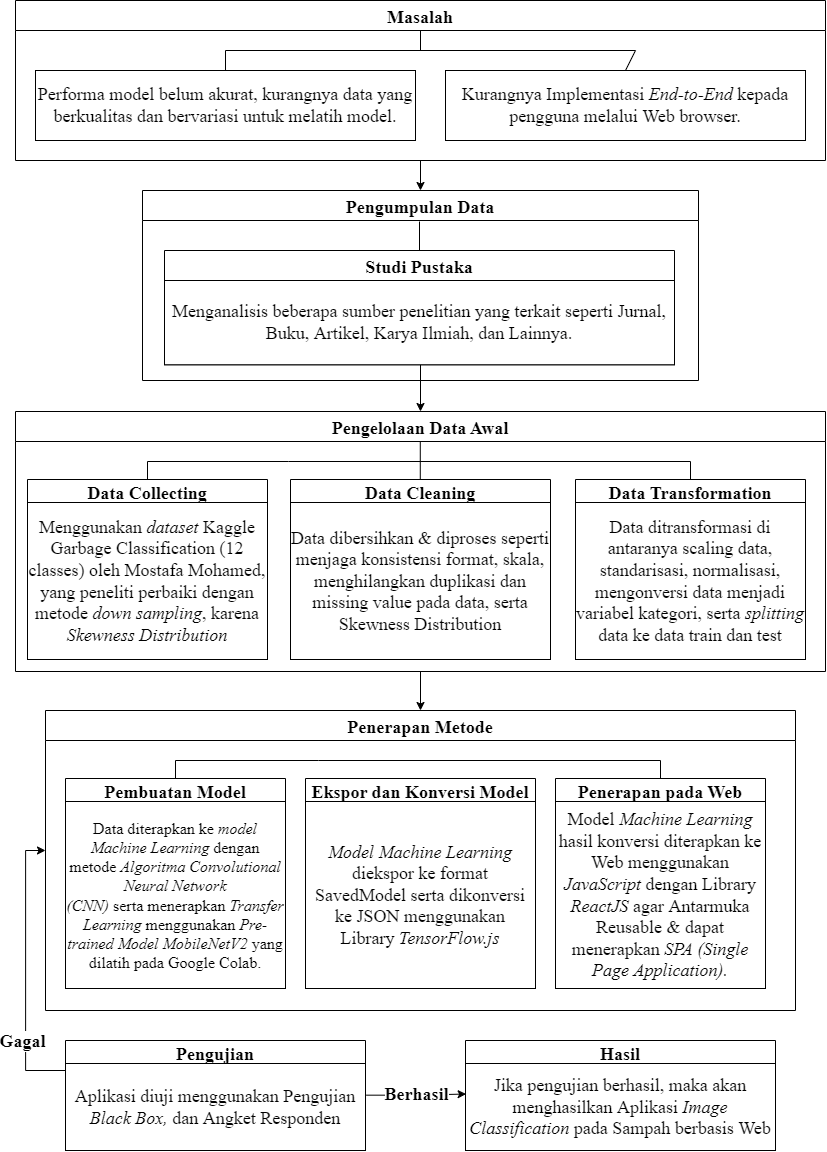
The draw.io diagram Copy of Copy of Copy of mindmap.drawio.png in virgiawankusuma/drawio-archive-skripsi, before a commit. Source tidied: cells renumbered, new cells last; positions are measured from the earlier drawing's top-left corner, leaving out a move shared by most shapes. The source it was exported from:
```xml
<mxGraphModel>
  <root>
    <mxCell id="0" />
    <mxCell id="1" parent="0" />
    <mxCell id="2" style="edgeStyle=orthogonalEdgeStyle;rounded=0;jettySize=auto;html=1;exitX=0.5;exitY=1;exitDx=0;exitDy=0;entryX=0.5;entryY=0;entryDx=0;entryDy=0;fontFamily=Helvetica;fontSize=12;" parent="1" edge="1" source="3" target="8">
      <mxGeometry relative="1" as="geometry" />
    </mxCell>
    <mxCell id="3" value="Masalah" style="swimlane;fontSize=18;startSize=30;fontFamily=Times New Roman;" parent="1" vertex="1">
      <mxGeometry width="810" height="160" as="geometry" />
    </mxCell>
    <mxCell id="4" value="&lt;span style=&quot;font-size: 18px;&quot;&gt;Performa model belum akurat, kurangnya data yang berkualitas dan bervariasi untuk melatih model.&lt;/span&gt;" style="rounded=0;whiteSpace=wrap;html=1;fontFamily=Times New Roman;fontSize=18;" parent="3" vertex="1">
      <mxGeometry x="20" y="70" width="380" height="70" as="geometry" />
    </mxCell>
    <mxCell id="5" style="endArrow=none;html=1;rounded=0;fontFamily=Helvetica;fontSize=12;exitX=0.5;exitY=0;exitDx=0;exitDy=0;" parent="3" edge="1" source="4">
      <mxGeometry relative="1" as="geometry">
        <mxPoint x="405" y="30" as="targetPoint" />
        <Array as="points">
          <mxPoint x="210" y="50" />
          <mxPoint x="405" y="50" />
        </Array>
      </mxGeometry>
    </mxCell>
    <mxCell id="6" value="&lt;span style=&quot;font-size: 18px;&quot;&gt;Kurangnya Implementasi &lt;i style=&quot;font-size: 18px;&quot;&gt;End-to-End&lt;/i&gt; kepada pengguna melalui Web browser.&lt;/span&gt;" style="rounded=0;whiteSpace=wrap;html=1;fontSize=18;fontFamily=Times New Roman;" parent="3" vertex="1">
      <mxGeometry x="430" y="70" width="360" height="70" as="geometry" />
    </mxCell>
    <mxCell id="7" style="edgeStyle=orthogonalEdgeStyle;rounded=0;jettySize=auto;html=1;exitX=0.5;exitY=1;exitDx=0;exitDy=0;fontFamily=Helvetica;fontSize=12;" parent="1" edge="1" target="14">
      <mxGeometry relative="1" as="geometry">
        <mxPoint x="405" y="350" as="sourcePoint" />
      </mxGeometry>
    </mxCell>
    <mxCell id="8" value="Pengumpulan Data" style="swimlane;fontSize=18;startSize=30;fontFamily=Times New Roman;" parent="1" vertex="1">
      <mxGeometry x="127" y="190" width="556" height="190" as="geometry" />
    </mxCell>
    <mxCell id="9" style="group;" parent="8" vertex="1">
      <mxGeometry x="24" y="31" width="510" height="219" as="geometry" />
    </mxCell>
    <mxCell id="10" value="Studi Pustaka" style="swimlane;fontSize=18;fontFamily=Times New Roman;startSize=30;" parent="9" vertex="1">
      <mxGeometry x="-2" y="29" width="510" height="114.3" as="geometry" />
    </mxCell>
    <mxCell id="11" value="&lt;font style=&quot;font-size: 18px;&quot;&gt;Menganalisis beberapa sumber penelitian yang terkait seperti Jurnal, Buku, Artikel, Karya Ilmiah, dan Lainnya.&lt;/font&gt;" style="rounded=0;whiteSpace=wrap;html=1;fontFamily=Times New Roman;fontSize=12;" parent="10" vertex="1">
      <mxGeometry y="30" width="510" height="84.3" as="geometry" />
    </mxCell>
    <mxCell id="12" style="endArrow=none;html=1;rounded=0;fontFamily=Helvetica;fontSize=12;" parent="9" edge="1">
      <mxGeometry relative="1" as="geometry">
        <mxPoint x="253" y="28.6" as="sourcePoint" />
        <mxPoint x="253" as="targetPoint" />
      </mxGeometry>
    </mxCell>
    <mxCell id="13" style="edgeStyle=orthogonalEdgeStyle;rounded=0;jettySize=auto;html=1;exitX=0.5;exitY=1;exitDx=0;exitDy=0;entryX=0.5;entryY=0;entryDx=0;entryDy=0;fontSize=10;" parent="1" edge="1" source="14" target="30">
      <mxGeometry relative="1" as="geometry" />
    </mxCell>
    <mxCell id="14" value="Pengelolaan Data Awal" style="swimlane;fontFamily=Times New Roman;fontSize=18;startSize=30;" parent="1" vertex="1">
      <mxGeometry y="411" width="810" height="260" as="geometry" />
    </mxCell>
    <mxCell id="15" value="Data Collecting" style="swimlane;fontFamily=Times New Roman;fontSize=18;" parent="14" vertex="1">
      <mxGeometry x="12" y="68" width="240" height="180" as="geometry" />
    </mxCell>
    <mxCell id="16" value="&lt;font style=&quot;font-size: 18px;&quot;&gt;&lt;span style=&quot;background-color: initial; font-size: 18px;&quot;&gt;Menggunakan &lt;i style=&quot;font-size: 18px;&quot;&gt;dataset &lt;/i&gt;Kaggle Garbage Classification (12 classes) oleh Mostafa Mohamed, yang peneliti perbaiki dengan metode &lt;i style=&quot;font-size: 18px;&quot;&gt;down sampling&lt;/i&gt;, karena &lt;i style=&quot;font-size: 18px;&quot;&gt;Skewness Distribution&lt;/i&gt;&lt;br style=&quot;font-size: 18px;&quot;&gt;&lt;/span&gt;&lt;/font&gt;" style="rounded=0;whiteSpace=wrap;html=1;fontFamily=Times New Roman;fontSize=18;" parent="15" vertex="1">
      <mxGeometry y="23" width="240" height="157" as="geometry" />
    </mxCell>
    <mxCell id="17" value="Data Cleaning" style="swimlane;fontFamily=Times New Roman;fontSize=18;" parent="14" vertex="1">
      <mxGeometry x="275" y="68" width="260" height="180" as="geometry" />
    </mxCell>
    <mxCell id="18" value="&lt;font face=&quot;Times New Roman&quot; style=&quot;font-size: 18px;&quot;&gt;Data dibersihkan &amp;amp; diproses seperti menjaga konsistensi format, skala, menghilangkan duplikasi dan missing value pada data, serta Skewness Distribution&lt;/font&gt;" style="rounded=0;whiteSpace=wrap;html=1;fontFamily=Helvetica;fontSize=12;" parent="17" vertex="1">
      <mxGeometry y="23" width="260" height="157" as="geometry" />
    </mxCell>
    <mxCell id="19" style="endArrow=none;html=1;rounded=0;fontSize=10;entryX=0.5;entryY=0;entryDx=0;entryDy=0;exitX=0.5;exitY=0;exitDx=0;exitDy=0;" parent="14" edge="1" source="15" target="20">
      <mxGeometry relative="1" as="geometry">
        <Array as="points">
          <mxPoint x="132" y="50" />
          <mxPoint x="273" y="50" />
          <mxPoint x="675" y="50" />
        </Array>
      </mxGeometry>
    </mxCell>
    <mxCell id="20" value="Data Transformation" style="swimlane;fontFamily=Times New Roman;fontSize=18;" parent="14" vertex="1">
      <mxGeometry x="560" y="68" width="230" height="180" as="geometry" />
    </mxCell>
    <mxCell id="21" value="&lt;font style=&quot;font-size: 18px;&quot;&gt;Data ditransformasi di antaranya scaling data, standarisasi, normalisasi, mengonversi data menjadi variabel kategori, serta &lt;i style=&quot;font-size: 18px;&quot;&gt;splitting&lt;/i&gt; data ke data train dan test&lt;/font&gt;" style="rounded=0;whiteSpace=wrap;html=1;fontFamily=Times New Roman;fontSize=18;" parent="20" vertex="1">
      <mxGeometry y="23" width="230" height="157" as="geometry" />
    </mxCell>
    <mxCell id="22" style="endArrow=none;html=1;rounded=0;fontSize=10;exitX=0.5;exitY=0;exitDx=0;exitDy=0;" parent="14" edge="1">
      <mxGeometry relative="1" as="geometry">
        <mxPoint x="404.8" y="68" as="sourcePoint" />
        <mxPoint x="404.8" y="30" as="targetPoint" />
      </mxGeometry>
    </mxCell>
    <mxCell id="23" style="edgeStyle=orthogonalEdgeStyle;rounded=0;jettySize=auto;html=1;fontSize=12;" parent="1" edge="1" source="26">
      <mxGeometry relative="1" as="geometry">
        <mxPoint x="30" y="850" as="targetPoint" />
        <Array as="points">
          <mxPoint x="10" y="1070" />
          <mxPoint x="10" y="850" />
        </Array>
      </mxGeometry>
    </mxCell>
    <mxCell id="24" value="&lt;b style=&quot;font-size: 18px;&quot;&gt;Gagal&lt;/b&gt;" style="edgeLabel;html=1;align=center;verticalAlign=middle;fontSize=18;fontFamily=Times New Roman;" parent="23" vertex="1">
      <mxGeometry x="-0.43" y="4" relative="1" as="geometry">
        <mxPoint y="10" as="offset" />
      </mxGeometry>
    </mxCell>
    <mxCell id="25" value="&lt;b style=&quot;font-size: 18px;&quot;&gt;Berhasil&lt;/b&gt;" style="edgeStyle=orthogonalEdgeStyle;rounded=0;jettySize=auto;html=1;entryX=0.002;entryY=0.351;entryDx=0;entryDy=0;fontSize=18;entryPerimeter=0;fontFamily=Times New Roman;exitX=1.003;exitY=0.364;exitDx=0;exitDy=0;exitPerimeter=0;" parent="1" edge="1" source="27" target="29">
      <mxGeometry relative="1" as="geometry" />
    </mxCell>
    <mxCell id="26" value="Pengujian" style="swimlane;fontFamily=Times New Roman;fontSize=18;" parent="1" vertex="1">
      <mxGeometry x="50" y="1040" width="300" height="110" as="geometry" />
    </mxCell>
    <mxCell id="27" value="&lt;font face=&quot;Times New Roman&quot; style=&quot;font-size: 18px;&quot;&gt;Aplikasi diuji menggunakan Pengujian &lt;i&gt;Black Box, &lt;/i&gt;dan Angket Responden&lt;/font&gt;" style="rounded=0;whiteSpace=wrap;html=1;fontFamily=Helvetica;fontSize=12;" parent="26" vertex="1">
      <mxGeometry y="23" width="300" height="87" as="geometry" />
    </mxCell>
    <mxCell id="28" value="Hasil" style="swimlane;fontFamily=Times New Roman;fontSize=18;startSize=23;" parent="1" vertex="1">
      <mxGeometry x="450" y="1040" width="310" height="110" as="geometry" />
    </mxCell>
    <mxCell id="29" value="&lt;font style=&quot;font-size: 18px;&quot; face=&quot;Times New Roman&quot;&gt;Jika pengujian berhasil, maka akan menghasilkan Aplikasi &lt;i&gt;Image Classification&lt;/i&gt; pada Sampah berbasis Web&lt;/font&gt;" style="rounded=0;whiteSpace=wrap;html=1;fontFamily=Helvetica;fontSize=12;" parent="28" vertex="1">
      <mxGeometry y="23" width="310" height="87" as="geometry" />
    </mxCell>
    <mxCell id="30" value="Penerapan Metode" style="swimlane;fontFamily=Times New Roman;fontSize=18;startSize=30;" parent="1" vertex="1">
      <mxGeometry x="30" y="710" width="750" height="300" as="geometry" />
    </mxCell>
    <mxCell id="31" value="Pembuatan Model" style="swimlane;fontFamily=Times New Roman;fontSize=18;" parent="30" vertex="1">
      <mxGeometry x="20" y="68" width="220" height="202" as="geometry" />
    </mxCell>
    <mxCell id="32" value="&lt;font face=&quot;Times New Roman&quot; style=&quot;font-size: 16px;&quot;&gt;Data diterapkan ke &lt;i&gt;model Machine Learning&lt;/i&gt;&amp;nbsp;dengan metode &lt;i&gt;Algoritma&amp;nbsp;Convolutional Neural Network (CNN)&amp;nbsp;&lt;/i&gt;serta&amp;nbsp;menerapkan &lt;i&gt;Transfer Learning &lt;/i&gt;menggunakan &lt;i&gt;Pre-trained Model&amp;nbsp;MobileNetV2&lt;/i&gt;&amp;nbsp;yang dilatih pada Google Colab.&lt;/font&gt;" style="rounded=0;whiteSpace=wrap;html=1;fontFamily=Helvetica;fontSize=12;" parent="31" vertex="1">
      <mxGeometry y="23" width="220" height="187" as="geometry" />
    </mxCell>
    <mxCell id="33" value="Ekspor dan Konversi Model" style="swimlane;fontFamily=Times New Roman;fontSize=18;" parent="30" vertex="1">
      <mxGeometry x="260" y="68" width="230" height="210" as="geometry" />
    </mxCell>
    <mxCell id="34" value="&lt;font face=&quot;Times New Roman&quot; style=&quot;font-size: 18px;&quot;&gt;&lt;i&gt;Model Machine Learning &lt;/i&gt;diekspor ke format SavedModel serta dikonversi ke JSON menggunakan Library &lt;i&gt;TensorFlow.js&lt;/i&gt;&lt;/font&gt;" style="rounded=0;whiteSpace=wrap;html=1;fontFamily=Helvetica;fontSize=12;" parent="33" vertex="1">
      <mxGeometry y="23" width="230" height="187" as="geometry" />
    </mxCell>
    <mxCell id="35" value="Penerapan pada Web" style="swimlane;fontFamily=Times New Roman;fontSize=18;" parent="30" vertex="1">
      <mxGeometry x="510" y="68" width="210" height="210" as="geometry" />
    </mxCell>
    <mxCell id="36" value="&lt;font face=&quot;Times New Roman&quot; style=&quot;font-size: 18px;&quot;&gt;Model &lt;i&gt;Machine Learning &lt;/i&gt;hasil konversi diterapkan ke Web menggunakan &lt;i&gt;JavaScript&lt;/i&gt; dengan Library &lt;i&gt;ReactJS&lt;/i&gt; agar Antarmuka Reusable &amp;amp; dapat menerapkan &lt;i&gt;SPA (Single Page Application).&lt;/i&gt;&lt;/font&gt;" style="rounded=0;whiteSpace=wrap;html=1;fontFamily=Helvetica;fontSize=12;" parent="35" vertex="1">
      <mxGeometry y="23" width="210" height="187" as="geometry" />
    </mxCell>
    <mxCell id="37" style="endArrow=none;html=1;rounded=0;fontSize=10;entryX=0.5;entryY=0;entryDx=0;entryDy=0;exitX=0.5;exitY=0;exitDx=0;exitDy=0;" parent="30" edge="1" source="31" target="35">
      <mxGeometry relative="1" as="geometry">
        <Array as="points">
          <mxPoint x="130" y="50" />
          <mxPoint x="273" y="50" />
          <mxPoint x="615" y="50" />
        </Array>
      </mxGeometry>
    </mxCell>
    <mxCell id="38" style="endArrow=none;html=1;rounded=0;fontFamily=Times New Roman;fontSize=16;entryX=0.5;entryY=0;entryDx=0;entryDy=0;" parent="1" edge="1" target="6">
      <mxGeometry relative="1" as="geometry">
        <mxPoint x="400" y="50" as="sourcePoint" />
        <Array as="points">
          <mxPoint x="620" y="50" />
        </Array>
      </mxGeometry>
    </mxCell>
  </root>
</mxGraphModel>
```
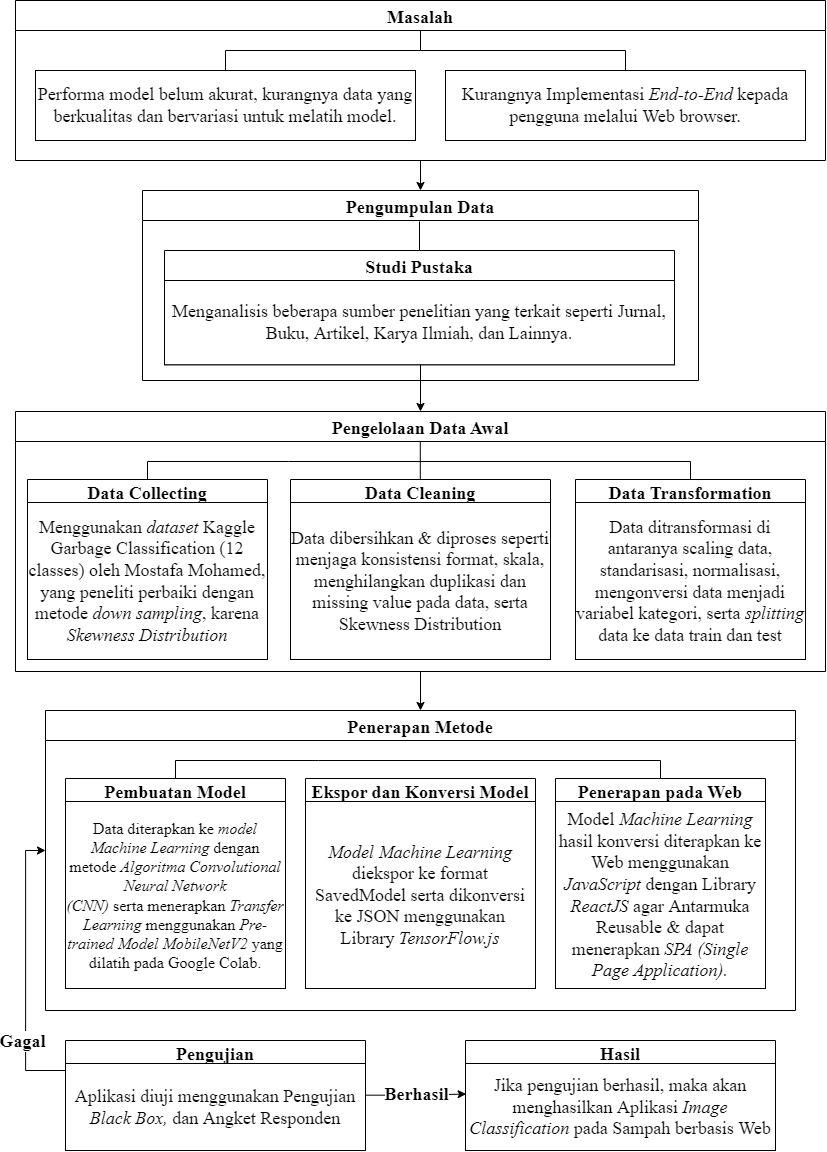
The same file after the commit.

The edit, as a diff of the source:
```diff
@@ -144,11 +144,12 @@
         </Array>
       </mxGeometry>
     </mxCell>
-    <mxCell id="38" style="endArrow=none;html=1;rounded=0;fontFamily=Times New Roman;fontSize=16;entryX=0.5;entryY=0;entryDx=0;entryDy=0;" parent="1" edge="1" target="6">
+    <mxCell id="38" style="endArrow=none;html=1;rounded=0;fontFamily=Times New Roman;fontSize=16;" parent="1" edge="1">
       <mxGeometry relative="1" as="geometry">
         <mxPoint x="400" y="50" as="sourcePoint" />
+        <mxPoint x="610" y="70" as="targetPoint" />
         <Array as="points">
-          <mxPoint x="620" y="50" />
+          <mxPoint x="610" y="50" />
         </Array>
       </mxGeometry>
     </mxCell>
```
